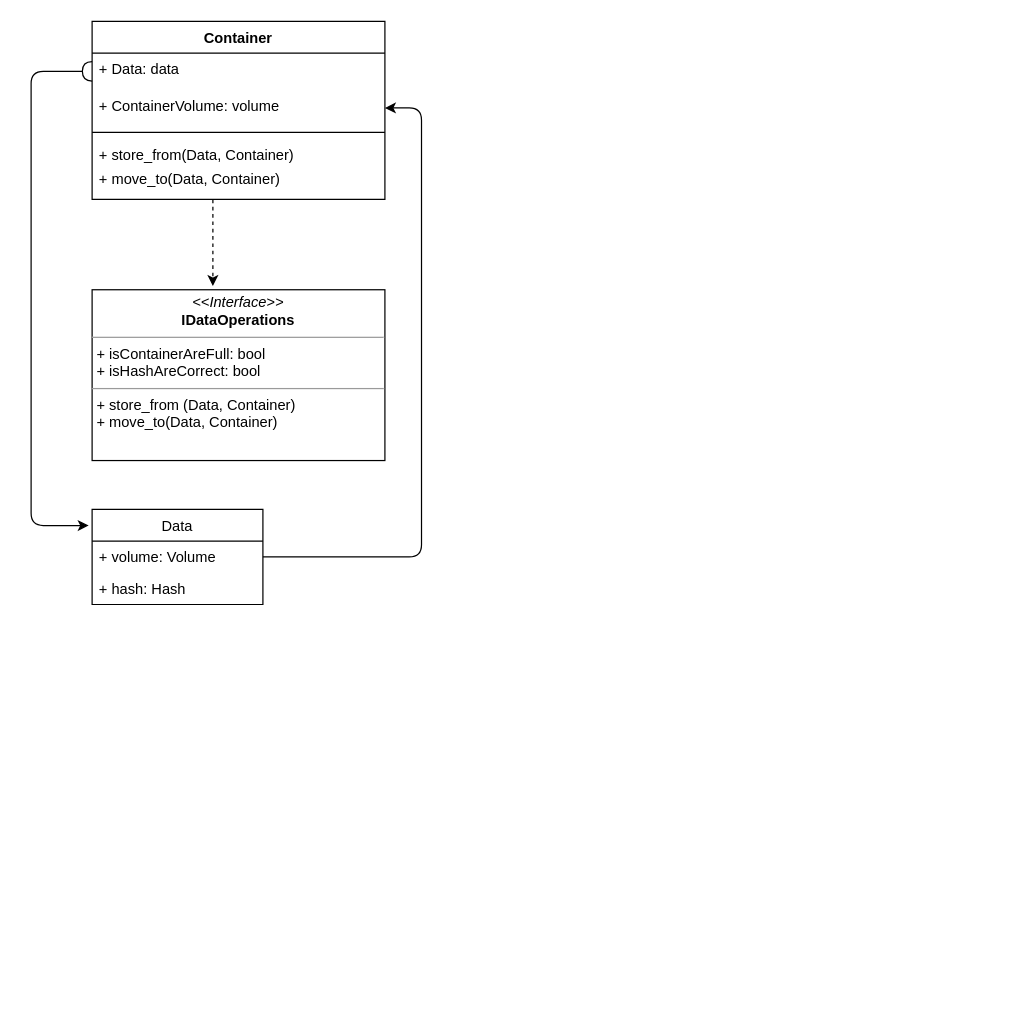
Before: UML/04062022/class_diagram.drawio in Tr-T59/Study, a draw.io diagram. Source tidied: cells renumbered, new cells numbered last; positions are measured from the earlier drawing's top-left corner, leaving out a move shared by most shapes. Both pictures are drawn from the tidied source at 122%, with x=0, y=0 at pixel (30, 21).
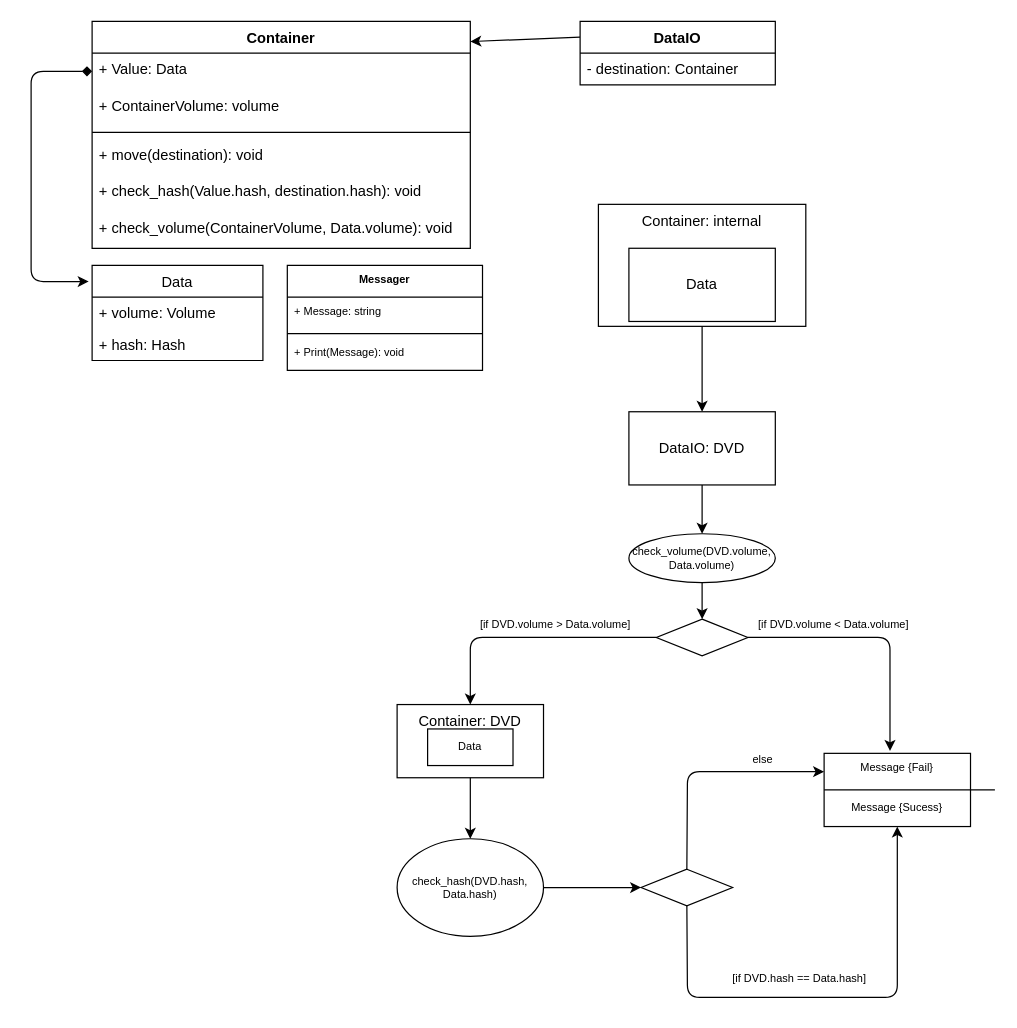
The same page after the edit.

Unchanged cells that the change refers to:
```xml
<mxCell id="10" value="+ volume: Volume" style="text;strokeColor=none;fillColor=none;align=left;verticalAlign=top;spacingLeft=4;spacingRight=4;overflow=hidden;points=[[0,0.5],[1,0.5]];portConstraint=eastwest;" parent="9" vertex="1">
  <mxGeometry y="26" width="140" height="26" as="geometry" />
</mxCell>
```

What changed in the source:
```diff
@@
-    <mxCell id="2" style="edgeStyle=elbowEdgeStyle;html=1;entryX=0.412;entryY=-0.022;entryDx=0;entryDy=0;startArrow=none;startFill=0;dashed=1;entryPerimeter=0;" parent="1" edge="1" source="3" target="13">
-      <mxGeometry relative="1" as="geometry" />
-    </mxCell>
     <mxCell id="3" value="Container" style="swimlane;fontStyle=1;align=center;verticalAlign=top;horizontal=1;startSize=26;" parent="1" vertex="1">
-      <mxGeometry x="50" width="240" height="146" as="geometry" />
+      <mxGeometry x="50" width="310" height="186" as="geometry" />
     </mxCell>
-    <mxCell id="4" value="+ Data: data" style="text;strokeColor=none;fillColor=none;align=left;verticalAlign=top;spacingLeft=4;spacingRight=4;overflow=hidden;points=[[0,0.5],[1,0.5]];portConstraint=eastwest;" parent="3" vertex="1">
-      <mxGeometry y="26" width="240" height="30" as="geometry" />
+    <mxCell id="4" value="+ Value: Data" style="text;strokeColor=none;fillColor=none;align=left;verticalAlign=top;spacingLeft=4;spacingRight=4;overflow=hidden;points=[[0,0.5],[1,0.5]];portConstraint=eastwest;" parent="3" vertex="1">
+      <mxGeometry y="26" width="310" height="30" as="geometry" />
     </mxCell>
     <mxCell id="5" value="+ ContainerVolume: volume" style="text;strokeColor=none;fillColor=none;align=left;verticalAlign=top;spacingLeft=4;spacingRight=4;overflow=hidden;points=[[0,0.5],[1,0.5]];portConstraint=eastwest;" parent="3" vertex="1">
-      <mxGeometry y="56" width="240" height="30" as="geometry" />
+      <mxGeometry y="56" width="310" height="30" as="geometry" />
     </mxCell>
     <mxCell id="6" style="line;strokeWidth=1;fillColor=none;align=left;verticalAlign=middle;spacingTop=-1;spacingLeft=3;spacingRight=3;labelPosition=right;" parent="3" vertex="1">
-      <mxGeometry y="86" width="240" height="10" as="geometry" />
+      <mxGeometry y="86" width="310" height="10" as="geometry" />
     </mxCell>
-    <mxCell id="7" value="+ store_from(Data, Container)" style="text;strokeColor=none;fillColor=none;align=left;verticalAlign=top;spacingLeft=4;spacingRight=4;overflow=hidden;" parent="3" vertex="1">
-      <mxGeometry y="96" width="240" height="20" as="geometry" />
-    </mxCell>
-    <mxCell id="8" value="+ move_to(Data, Container)" style="text;strokeColor=none;fillColor=none;align=left;verticalAlign=top;spacingLeft=4;spacingRight=4;overflow=hidden;" parent="3" vertex="1">
-      <mxGeometry y="116" width="240" height="30" as="geometry" />
+    <mxCell id="8" value="+ move(destination): void" style="text;strokeColor=none;fillColor=none;align=left;verticalAlign=top;spacingLeft=4;spacingRight=4;overflow=hidden;" parent="3" vertex="1">
+      <mxGeometry y="96" width="310" height="30" as="geometry" />
     </mxCell>
+    <mxCell id="15" value="+ check_hash(Value.hash, destination.hash): void" style="text;strokeColor=none;fillColor=none;align=left;verticalAlign=top;spacingLeft=4;spacingRight=4;overflow=hidden;" parent="3" vertex="1">
+      <mxGeometry y="126" width="310" height="30" as="geometry" />
+    </mxCell>
+    <mxCell id="16" value="+ check_volume(ContainerVolume, Data.volume): void" style="text;strokeColor=none;fillColor=none;align=left;verticalAlign=top;spacingLeft=4;spacingRight=4;overflow=hidden;" parent="3" vertex="1">
+      <mxGeometry y="156" width="310" height="30" as="geometry" />
+    </mxCell>
     <mxCell id="9" value="Data" style="swimlane;fontStyle=0;horizontal=1;startSize=26;fillColor=none;" parent="1" vertex="1">
-      <mxGeometry x="50" y="400" width="140" height="78" as="geometry" />
+      <mxGeometry x="50" y="200" width="140" height="78" as="geometry" />
     </mxCell>
@@
-    <mxCell id="12" style="edgeStyle=elbowEdgeStyle;html=1;exitX=0;exitY=0.5;exitDx=0;exitDy=0;entryX=-0.02;entryY=0.17;entryDx=0;entryDy=0;entryPerimeter=0;startArrow=halfCircle;startFill=0;" parent="1" edge="1" source="4" target="9">
+    <mxCell id="12" style="edgeStyle=elbowEdgeStyle;html=1;exitX=0;exitY=0.5;exitDx=0;exitDy=0;entryX=-0.02;entryY=0.17;entryDx=0;entryDy=0;entryPerimeter=0;startArrow=diamond;startFill=1;" parent="1" edge="1" source="4" target="9">
       <mxGeometry relative="1" as="geometry">
         <Array as="points">
           <mxPoint y="210" />
         </Array>
       </mxGeometry>
     </mxCell>
-    <mxCell id="13" value="&lt;p style=&quot;margin: 0px ; margin-top: 4px ; text-align: center&quot;&gt;&lt;i&gt;&amp;lt;&amp;lt;Interface&amp;gt;&amp;gt;&lt;/i&gt;&lt;br&gt;&lt;b&gt;IDataOperations&lt;/b&gt;&lt;/p&gt;&lt;hr size=&quot;1&quot;&gt;&lt;p style=&quot;margin: 0px ; margin-left: 4px&quot;&gt;+ isContainerAreFull: bool&lt;br&gt;+ isHashAreCorrect: bool&lt;/p&gt;&lt;hr size=&quot;1&quot;&gt;&lt;p style=&quot;margin: 0px ; margin-left: 4px&quot;&gt;+ store_from (Data, Container)&lt;br&gt;+ move_to(Data, Container)&lt;/p&gt;" style="verticalAlign=top;align=left;overflow=fill;fontSize=12;fontFamily=Helvetica;html=1;" parent="1" vertex="1">
-      <mxGeometry x="50" y="220" width="240" height="140" as="geometry" />
-    </mxCell>
-    <mxCell id="14" style="edgeStyle=elbowEdgeStyle;html=1;exitX=1;exitY=0.5;exitDx=0;exitDy=0;entryX=1;entryY=0.5;entryDx=0;entryDy=0;startArrow=none;startFill=0;" parent="1" edge="1" source="10" target="5">
-      <mxGeometry relative="1" as="geometry">
-        <Array as="points">
-          <mxPoint x="320" y="250" />
-        </Array>
-      </mxGeometry>
-    </mxCell>
+    <mxCell id="17" style="edgeStyle=none;html=1;exitX=0;exitY=0.25;exitDx=0;exitDy=0;entryX=1;entryY=0.089;entryDx=0;entryDy=0;entryPerimeter=0;" parent="1" edge="1" source="18" target="3">
+      <mxGeometry relative="1" as="geometry" />
+    </mxCell>
+    <mxCell id="18" value="DataIO" style="swimlane;fontStyle=1;align=center;verticalAlign=top;horizontal=1;startSize=26;" parent="1" vertex="1">
+      <mxGeometry x="450" width="160" height="52" as="geometry" />
+    </mxCell>
+    <mxCell id="19" value="- destination: Container" style="text;strokeColor=none;fillColor=none;align=left;verticalAlign=top;spacingLeft=4;spacingRight=4;overflow=hidden;" parent="18" vertex="1">
+      <mxGeometry y="26" width="160" height="26" as="geometry" />
+    </mxCell>
+    <mxCell id="20" value="Container: internal" style="rounded=0;whiteSpace=wrap;html=1;verticalAlign=top;" parent="1" vertex="1">
+      <mxGeometry x="465" y="150" width="170" height="100" as="geometry" />
+    </mxCell>
+    <mxCell id="21" value="Container: DVD" style="rounded=0;whiteSpace=wrap;html=1;verticalAlign=top;" parent="1" vertex="1">
+      <mxGeometry x="300" y="560" width="120" height="60" as="geometry" />
+    </mxCell>
+    <mxCell id="22" style="endArrow=classic;html=1;entryX=0.5;entryY=0;entryDx=0;entryDy=0;exitX=0.5;exitY=1;exitDx=0;exitDy=0;" parent="1" edge="1" source="20">
+      <mxGeometry relative="1" as="geometry">
+        <mxPoint x="550" y="320" as="targetPoint" />
+      </mxGeometry>
+    </mxCell>
+    <mxCell id="23" value="Data" style="rounded=0;whiteSpace=wrap;html=1;" parent="1" vertex="1">
+      <mxGeometry x="490" y="186" width="120" height="60" as="geometry" />
+    </mxCell>
+    <mxCell id="24" value="DataIO: DVD" style="rounded=0;whiteSpace=wrap;html=1;" parent="1" vertex="1">
+      <mxGeometry x="490" y="320" width="120" height="60" as="geometry" />
+    </mxCell>
+    <mxCell id="25" value="check_volume(DVD.volume, Data.volume)" style="ellipse;whiteSpace=wrap;html=1;fontSize=9;" parent="1" vertex="1">
+      <mxGeometry x="490" y="420" width="120" height="40" as="geometry" />
+    </mxCell>
+    <mxCell id="26" style="endArrow=classic;html=1;fontSize=9;exitX=0.5;exitY=1;exitDx=0;exitDy=0;entryX=0.5;entryY=0;entryDx=0;entryDy=0;" parent="1" edge="1" source="24" target="25">
+      <mxGeometry relative="1" as="geometry" />
+    </mxCell>
+    <mxCell id="27" value="Data" style="rounded=0;whiteSpace=wrap;html=1;fontSize=9;" parent="1" vertex="1">
+      <mxGeometry x="325" y="580" width="70" height="30" as="geometry" />
+    </mxCell>
+    <mxCell id="28" style="rhombus;whiteSpace=wrap;html=1;fontSize=9;" parent="1" vertex="1">
+      <mxGeometry x="512.5" y="490" width="75" height="30" as="geometry" />
+    </mxCell>
+    <mxCell id="29" style="endArrow=classic;html=1;fontSize=9;exitX=0.5;exitY=1;exitDx=0;exitDy=0;entryX=0.5;entryY=0;entryDx=0;entryDy=0;" parent="1" edge="1" source="25" target="28">
+      <mxGeometry relative="1" as="geometry" />
+    </mxCell>
+    <mxCell id="30" style="endArrow=classic;html=1;fontSize=9;entryX=0.5;entryY=0;entryDx=0;entryDy=0;exitX=0;exitY=0.5;exitDx=0;exitDy=0;" parent="1" edge="1" source="28" target="21">
+      <mxGeometry relative="1" as="geometry">
+        <Array as="points">
+          <mxPoint x="360" y="505" />
+        </Array>
+      </mxGeometry>
+    </mxCell>
+    <mxCell id="31" value="[if DVD.volume &amp;gt; Data.volume]" style="text;html=1;strokeColor=none;fillColor=none;align=center;verticalAlign=middle;whiteSpace=wrap;rounded=0;fontSize=9;" parent="1" vertex="1">
+      <mxGeometry x="360" y="480" width="140" height="30" as="geometry" />
+    </mxCell>
+    <mxCell id="32" value="Message {Fail}" style="rounded=0;whiteSpace=wrap;html=1;fontSize=9;verticalAlign=top;" parent="1" vertex="1">
+      <mxGeometry x="650" y="600" width="120" height="60" as="geometry" />
+    </mxCell>
+    <mxCell id="33" style="endArrow=classic;html=1;fontSize=9;exitX=0.5;exitY=1;exitDx=0;exitDy=0;" parent="1" edge="1" source="21" target="34">
+      <mxGeometry relative="1" as="geometry" />
+    </mxCell>
+    <mxCell id="34" value="check_hash(DVD.hash, Data.hash)" style="ellipse;whiteSpace=wrap;html=1;fontSize=9;" parent="1" vertex="1">
+      <mxGeometry x="300" y="670" width="120" height="80" as="geometry" />
+    </mxCell>
+    <mxCell id="35" style="endArrow=classic;html=1;fontSize=9;exitX=1;exitY=0.5;exitDx=0;exitDy=0;entryX=0.45;entryY=-0.033;entryDx=0;entryDy=0;entryPerimeter=0;" parent="1" edge="1" source="28" target="32">
+      <mxGeometry relative="1" as="geometry">
+        <Array as="points">
+          <mxPoint x="704" y="505" />
+        </Array>
+      </mxGeometry>
+    </mxCell>
+    <mxCell id="36" value="[if DVD.volume &amp;lt; Data.volume]" style="text;html=1;strokeColor=none;fillColor=none;align=center;verticalAlign=middle;whiteSpace=wrap;rounded=0;fontSize=9;" parent="1" vertex="1">
+      <mxGeometry x="587.5" y="480" width="140" height="30" as="geometry" />
+    </mxCell>
+    <mxCell id="37" style="rhombus;whiteSpace=wrap;html=1;fontSize=9;" parent="1" vertex="1">
+      <mxGeometry x="500" y="695" width="75" height="30" as="geometry" />
+    </mxCell>
+    <mxCell id="38" style="endArrow=classic;html=1;fontSize=9;exitX=1;exitY=0.5;exitDx=0;exitDy=0;entryX=0;entryY=0.5;entryDx=0;entryDy=0;" parent="1" edge="1" source="34" target="37">
+      <mxGeometry relative="1" as="geometry" />
+    </mxCell>
+    <mxCell id="39" style="endArrow=classic;html=1;fontSize=9;exitX=0.5;exitY=0;exitDx=0;exitDy=0;entryX=0;entryY=0.25;entryDx=0;entryDy=0;" parent="1" edge="1" source="37" target="32">
+      <mxGeometry relative="1" as="geometry">
+        <Array as="points">
+          <mxPoint x="538" y="615" />
+        </Array>
+      </mxGeometry>
+    </mxCell>
+    <mxCell id="40" style="endArrow=none;html=1;fontSize=9;exitX=0;exitY=0.5;exitDx=0;exitDy=0;" parent="1" edge="1" source="32">
+      <mxGeometry relative="1" as="geometry">
+        <mxPoint x="790" y="630" as="targetPoint" />
+      </mxGeometry>
+    </mxCell>
+    <mxCell id="41" value="Message {Sucess}" style="text;html=1;strokeColor=none;fillColor=none;align=center;verticalAlign=middle;whiteSpace=wrap;rounded=0;fontSize=9;" parent="1" vertex="1">
+      <mxGeometry x="660" y="630" width="100" height="30" as="geometry" />
+    </mxCell>
+    <mxCell id="42" style="endArrow=classic;html=1;fontSize=9;exitX=0.5;exitY=1;exitDx=0;exitDy=0;entryX=0.5;entryY=1;entryDx=0;entryDy=0;" parent="1" edge="1" source="37" target="41">
+      <mxGeometry relative="1" as="geometry">
+        <Array as="points">
+          <mxPoint x="538" y="800" />
+          <mxPoint x="710" y="800" />
+        </Array>
+      </mxGeometry>
+    </mxCell>
+    <mxCell id="43" value="[if DVD.hash == Data.hash]" style="text;html=1;strokeColor=none;fillColor=none;align=center;verticalAlign=middle;whiteSpace=wrap;rounded=0;fontSize=9;" parent="1" vertex="1">
+      <mxGeometry x="560" y="770" width="140" height="30" as="geometry" />
+    </mxCell>
+    <mxCell id="44" value="else" style="text;html=1;strokeColor=none;fillColor=none;align=center;verticalAlign=middle;whiteSpace=wrap;rounded=0;fontSize=9;" parent="1" vertex="1">
+      <mxGeometry x="565" y="590" width="70" height="30" as="geometry" />
+    </mxCell>
+    <mxCell id="45" value="Messager" style="swimlane;fontStyle=1;align=center;verticalAlign=top;horizontal=1;startSize=26;fontSize=9;" parent="1" vertex="1">
+      <mxGeometry x="210" y="200" width="160" height="86" as="geometry" />
+    </mxCell>
+    <mxCell id="46" value="+ Message: string" style="text;strokeColor=none;fillColor=none;align=left;verticalAlign=top;spacingLeft=4;spacingRight=4;overflow=hidden;fontSize=9;" parent="45" vertex="1">
+      <mxGeometry y="26" width="160" height="26" as="geometry" />
+    </mxCell>
+    <mxCell id="47" style="line;strokeWidth=1;fillColor=none;align=left;verticalAlign=middle;spacingTop=-1;spacingLeft=3;spacingRight=3;labelPosition=right;fontSize=9;" parent="45" vertex="1">
+      <mxGeometry y="52" width="160" height="8" as="geometry" />
+    </mxCell>
+    <mxCell id="48" value="+ Print(Message): void" style="text;strokeColor=none;fillColor=none;align=left;verticalAlign=top;spacingLeft=4;spacingRight=4;overflow=hidden;fontSize=9;" parent="45" vertex="1">
+      <mxGeometry y="60" width="160" height="26" as="geometry" />
+    </mxCell>
```
